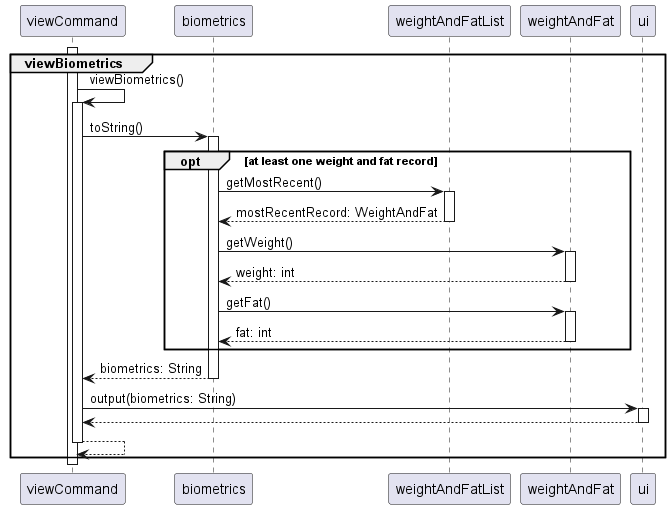
This is docs/UmlDiagrams/ViewBiometrics.png from nus-cs2113-AY2223S1/tp, a PlantUML export, as it was before one commit.
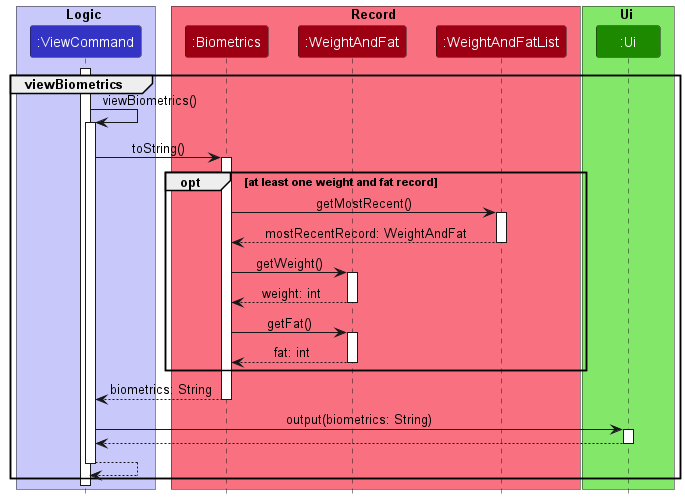
After the commit.

Change to the diagram source:
```diff
@@ -1,6 +1,22 @@
 @startuml
 
+!include style.puml
+
 autoactivate on
+
+box Logic LOGIC_COLOR_T1
+participant ":ViewCommand" as viewCommand LOGIC_COLOR
+end box
+
+box Record RECORD_COLOR_T1
+participant ":Biometrics" as biometrics RECORD_COLOR
+participant ":WeightAndFat" as weightAndFat RECORD_COLOR
+participant ":WeightAndFatList" as weightAndFatList RECORD_COLOR
+end box
+
+box Ui UI_COLOR_T1
+participant ":Ui" as ui UI_COLOR
+end box
 
 activate viewCommand
 group viewBiometrics
```
